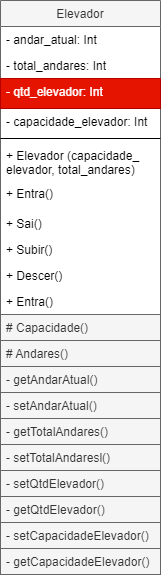
Above: Atvd.2 Predio/src/main/java/com/mycompany/predio/Diagrama Elevador.png in GSouzzaDev/ARCO-DE-TREINAMENTO-POOJAVA-2024.1-ADS-UFRN. (draw.io), before the change. Source tidied: cells renumbered, new cells last; positions are measured from the earlier drawing's top-left corner, leaving out a move shared by most shapes.
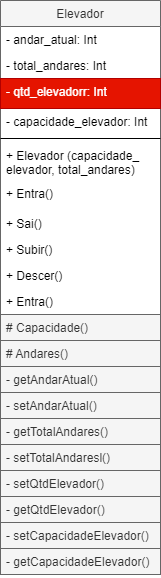
The same diagram one commit later.

Diff of the diagram source:
```diff
@@ -11,7 +11,7 @@
     <mxCell id="4" value="- total_andares: Int " style="text;align=left;verticalAlign=top;spacingLeft=4;spacingRight=4;overflow=hidden;rounded=0;shadow=0;html=0;" parent="2" vertex="1">
       <mxGeometry y="52" width="160" height="26" as="geometry" />
     </mxCell>
-    <mxCell id="5" value="- qtd_elevador: Int" style="text;align=left;verticalAlign=top;spacingLeft=4;spacingRight=4;overflow=hidden;rounded=0;shadow=0;html=0;fillColor=#e51400;strokeColor=#B20000;fontColor=#ffffff;" parent="2" vertex="1">
+    <mxCell id="5" value="- qtd_elevadorr: Int" style="text;align=left;verticalAlign=top;spacingLeft=4;spacingRight=4;overflow=hidden;rounded=0;shadow=0;html=0;fillColor=#e51400;strokeColor=#B20000;fontColor=#ffffff;" parent="2" vertex="1">
       <mxGeometry y="78" width="160" height="30" as="geometry" />
     </mxCell>
     <mxCell id="6" value="- capacidade_elevador: Int" style="text;align=left;verticalAlign=top;spacingLeft=4;spacingRight=4;overflow=hidden;rounded=0;shadow=0;html=0;" parent="2" vertex="1">
```
